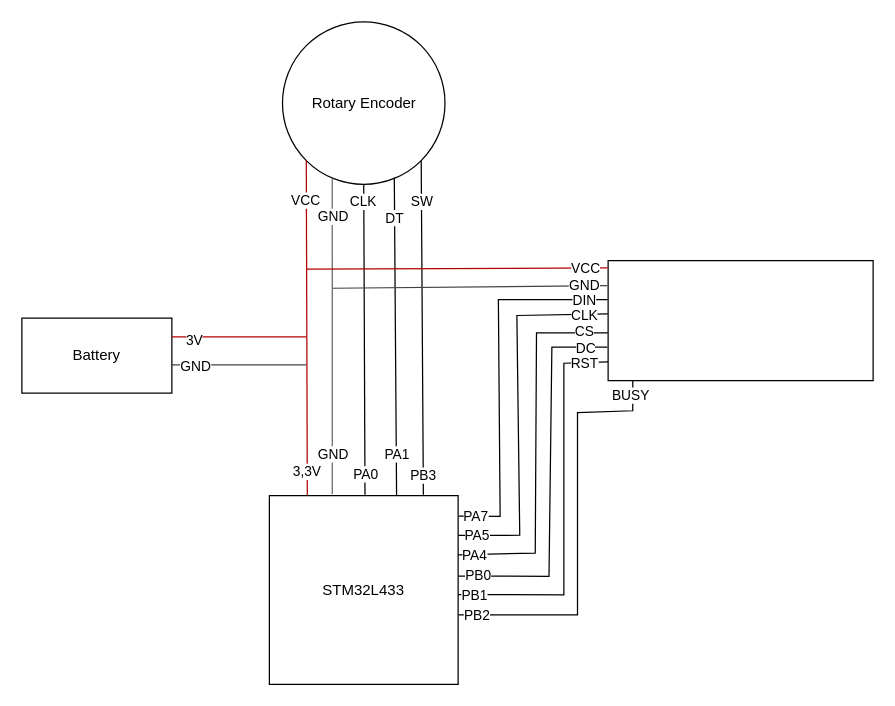
The draw.io diagram golf_points_calculator_diagram.drawio in Argbin/golf-points-calculator, before the edit. Source tidied: cells renumbered, new cells numbered last; positions are measured from the earlier drawing's top-left corner, leaving out a move shared by most shapes. Both pictures are drawn from the tidied source at 125%, with x=0, y=0 at pixel (21, 21).
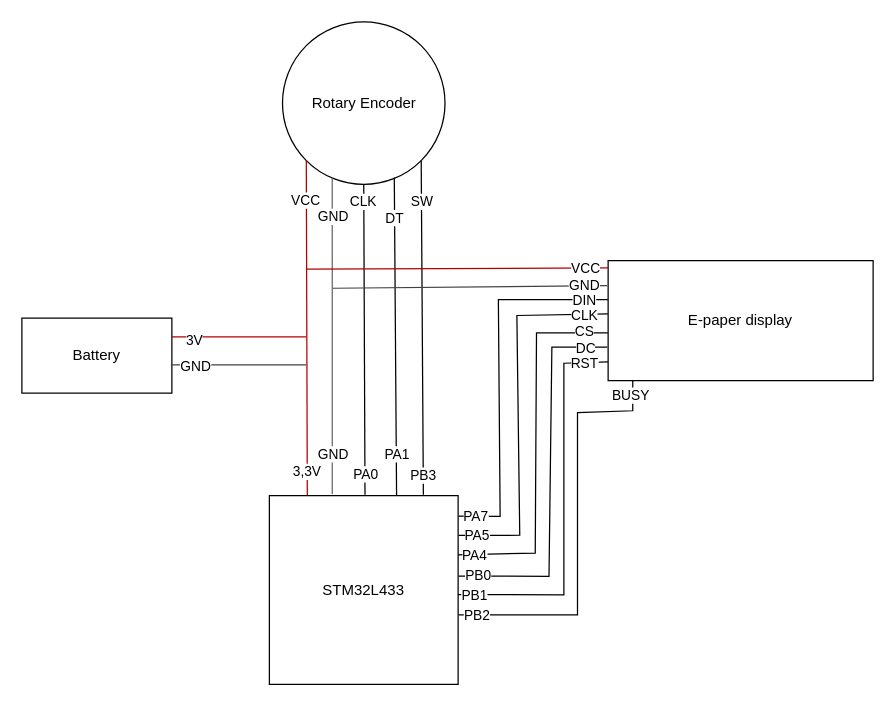
The same page after the edit.

Diff of the diagram source:
```diff
@@
-    <mxCell id="19" style="rounded=0;whiteSpace=wrap;html=1;" parent="1" vertex="1">
+    <mxCell id="19" value="E-paper display" style="rounded=0;whiteSpace=wrap;html=1;" parent="1" vertex="1">
       <mxGeometry x="469" y="191" width="212" height="96" as="geometry" />
     </mxCell>
```
